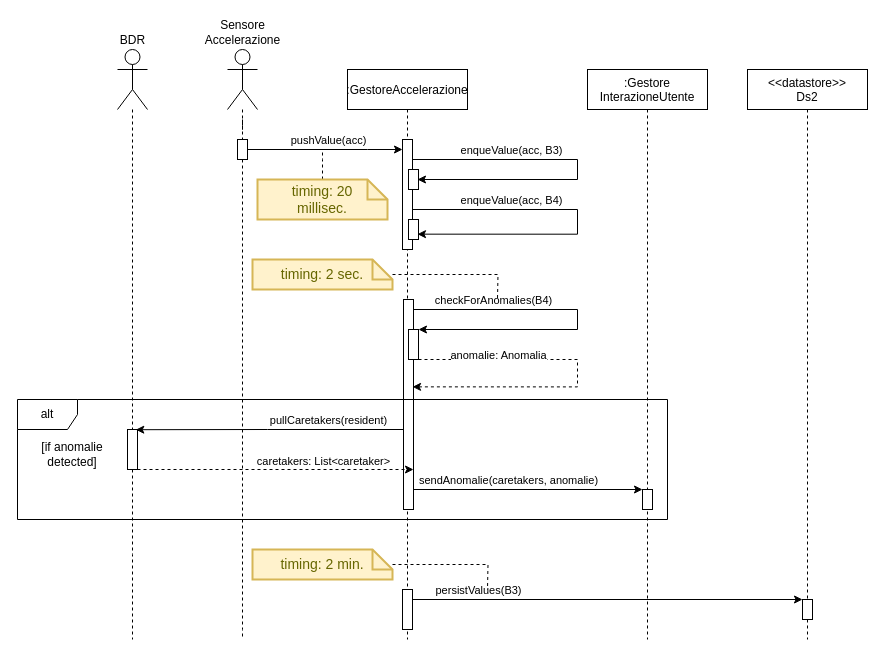
Wonderjack996/unimib-software-architecture keeps this draw.io diagram as page "Accelerazione" (2 of 8) of Progetto/Diagrammi_Attivita/Sequence.drawio. Above is the earlier version. Source tidied: cells renumbered, new cells numbered last; positions are measured from the earlier drawing's top-left corner, leaving out a move shared by most shapes. Both pictures are drawn from the tidied source at 100%, with x=0, y=0 at pixel (17, 49).
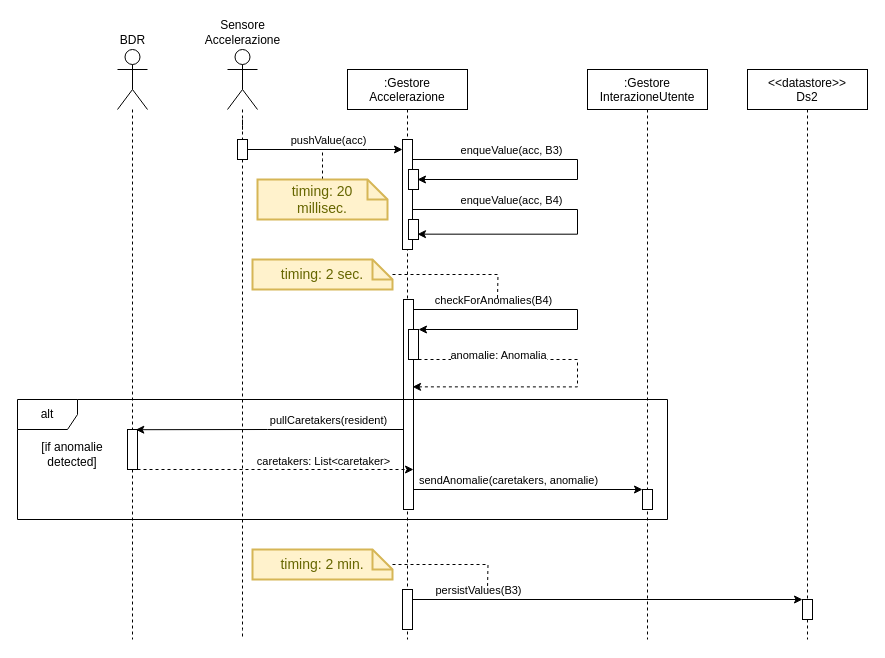
After the change.

Change to the diagram source:
```diff
@@
-    <mxCell id="2" value=":GestoreAccelerazione" style="shape=umlLifeline;perimeter=lifelinePerimeter;rounded=0;shadow=0;strokeWidth=1;" parent="1" vertex="1">
+    <mxCell id="2" value=":Gestore&#10;Accelerazione" style="shape=umlLifeline;perimeter=lifelinePerimeter;rounded=0;shadow=0;strokeWidth=1;" parent="1" vertex="1">
       <mxGeometry x="330" y="20" width="120" height="570" as="geometry" />
     </mxCell>
```
